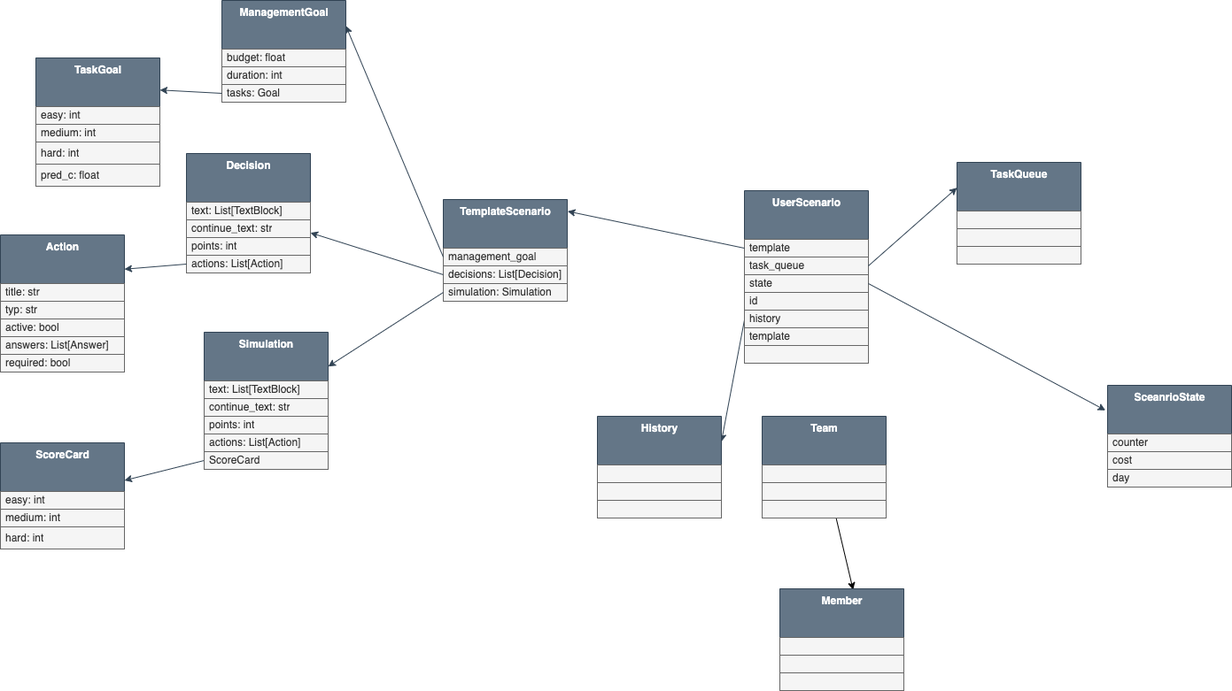
Earlier version of the draw.io export graphics/class_diagram.drawio.png (othshine/softDsim). Source tidied: cells renumbered, new cells last; positions are measured from the earlier drawing's top-left corner, leaving out a move shared by most shapes.
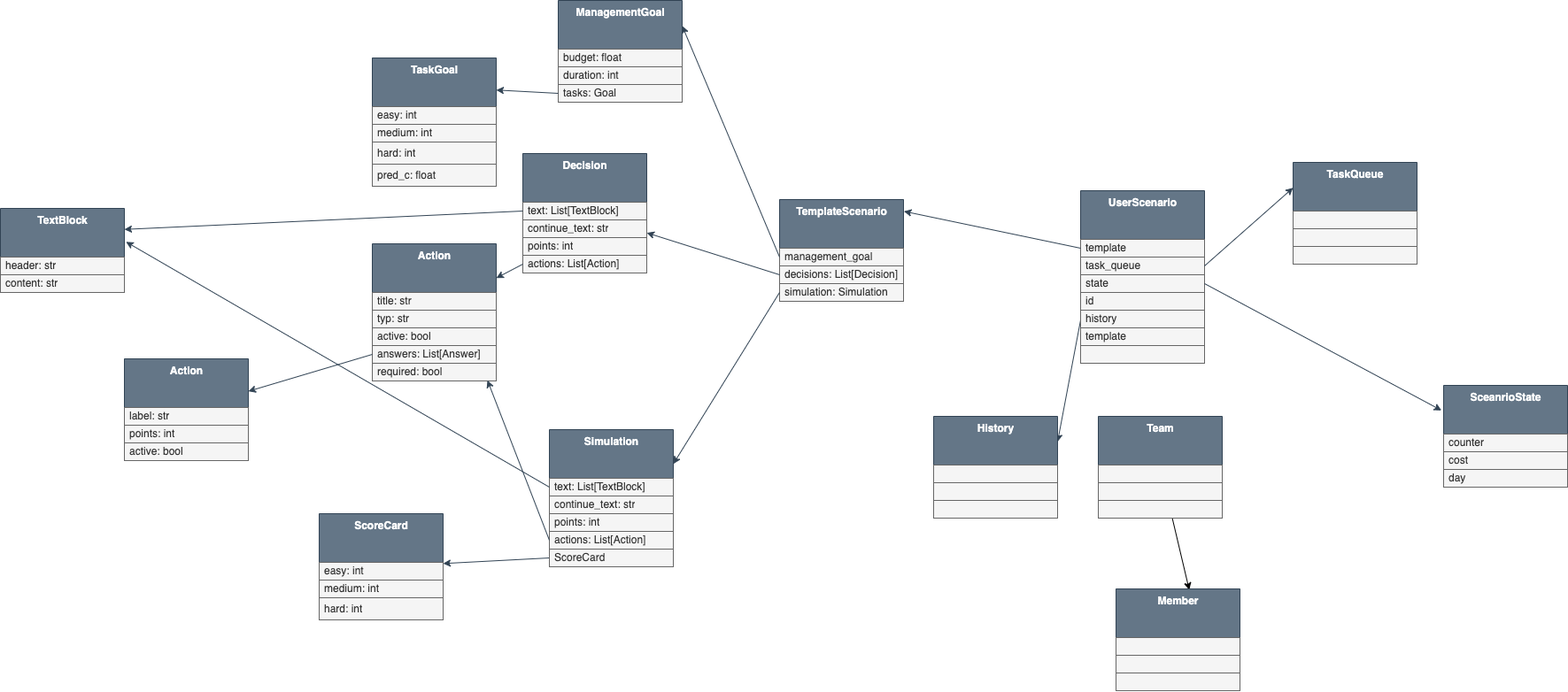
After the change.

Commit message:
Added TextBlock and Answer

Diff of the diagram source:
```diff
@@ -78,7 +78,7 @@
       <mxGeometry relative="1" as="geometry" />
     </mxCell>
     <mxCell id="27" value="&lt;b&gt;ScoreCard&lt;/b&gt;" style="swimlane;fontStyle=0;align=center;verticalAlign=top;horizontal=1;startSize=55;html=1;fillColor=#647687;strokeColor=#314354;fontColor=#ffffff;" parent="1" vertex="1">
-      <mxGeometry y="500" width="140" height="120" as="geometry" />
+      <mxGeometry x="-20" y="580" width="140" height="120" as="geometry" />
     </mxCell>
     <mxCell id="28" value="easy: int" style="text;html=1;strokeColor=#666666;fillColor=#f5f5f5;align=left;verticalAlign=middle;spacingLeft=4;spacingRight=4;overflow=hidden;fontColor=#333333;" parent="27" vertex="1">
       <mxGeometry y="55" width="140" height="20" as="geometry" />
@@ -180,7 +180,7 @@
       <mxGeometry relative="1" as="geometry" />
     </mxCell>
     <mxCell id="61" value="&lt;b&gt;Action&lt;/b&gt;" style="swimlane;fontStyle=0;align=center;verticalAlign=top;horizontal=1;startSize=55;html=1;fillColor=#647687;strokeColor=#314354;fontColor=#ffffff;" parent="1" vertex="1">
-      <mxGeometry y="265" width="140" height="155" as="geometry" />
+      <mxGeometry x="40" y="275" width="140" height="155" as="geometry" />
     </mxCell>
     <mxCell id="62" value="title: str" style="text;html=1;strokeColor=#666666;fillColor=#f5f5f5;align=left;verticalAlign=middle;spacingLeft=4;spacingRight=4;overflow=hidden;fontColor=#333333;" parent="61" vertex="1">
       <mxGeometry y="55" width="140" height="20" as="geometry" />
@@ -201,7 +201,7 @@
       <mxGeometry relative="1" as="geometry" />
     </mxCell>
     <mxCell id="68" value="&lt;b&gt;Simulation&lt;/b&gt;" style="swimlane;fontStyle=0;align=center;verticalAlign=top;horizontal=1;startSize=55;html=1;fillColor=#647687;strokeColor=#314354;fontColor=#ffffff;" parent="1" vertex="1">
-      <mxGeometry x="230" y="375" width="140" height="155" as="geometry" />
+      <mxGeometry x="240" y="485" width="140" height="155" as="geometry" />
     </mxCell>
     <mxCell id="69" value="text: List[TextBlock]" style="text;html=1;strokeColor=#666666;fillColor=#f5f5f5;align=left;verticalAlign=middle;spacingLeft=4;spacingRight=4;overflow=hidden;points=[[0,0.5],[1,0.5]];portConstraint=eastwest;fontColor=#333333;" parent="68" vertex="1">
       <mxGeometry y="55" width="140" height="20" as="geometry" />
@@ -221,5 +221,38 @@
     <mxCell id="74" style="edgeStyle=none;html=1;entryX=1;entryY=0.25;entryDx=0;entryDy=0;exitX=0;exitY=0.5;exitDx=0;exitDy=0;fillColor=#647687;strokeColor=#314354;" parent="1" edge="1" source="5" target="68">
       <mxGeometry relative="1" as="geometry" />
     </mxCell>
+    <mxCell id="75" value="&lt;b&gt;TextBlock&lt;/b&gt;" style="swimlane;fontStyle=0;align=center;verticalAlign=top;horizontal=1;startSize=55;html=1;fillColor=#647687;strokeColor=#314354;fontColor=#ffffff;" parent="1" vertex="1">
+      <mxGeometry x="-380" y="235" width="140" height="95" as="geometry" />
+    </mxCell>
+    <mxCell id="76" value="header: str" style="text;html=1;strokeColor=#666666;fillColor=#f5f5f5;align=left;verticalAlign=middle;spacingLeft=4;spacingRight=4;overflow=hidden;fontColor=#333333;" parent="75" vertex="1">
+      <mxGeometry y="55" width="140" height="20" as="geometry" />
+    </mxCell>
+    <mxCell id="77" value="content: str" style="text;html=1;strokeColor=#666666;fillColor=#f5f5f5;align=left;verticalAlign=middle;spacingLeft=4;spacingRight=4;overflow=hidden;fontColor=#333333;" parent="75" vertex="1">
+      <mxGeometry y="75" width="140" height="20" as="geometry" />
+    </mxCell>
+    <mxCell id="78" style="edgeStyle=none;html=1;exitX=0;exitY=0.5;exitDx=0;exitDy=0;entryX=1;entryY=0.25;entryDx=0;entryDy=0;fillColor=#647687;strokeColor=#314354;" parent="1" edge="1" source="56" target="75">
+      <mxGeometry relative="1" as="geometry" />
+    </mxCell>
+    <mxCell id="79" style="edgeStyle=none;html=1;exitX=0;exitY=0.5;exitDx=0;exitDy=0;fillColor=#647687;strokeColor=#314354;entryX=1.013;entryY=0.398;entryDx=0;entryDy=0;entryPerimeter=0;" parent="1" edge="1" source="69" target="75">
+      <mxGeometry relative="1" as="geometry" />
+    </mxCell>
+    <mxCell id="80" style="edgeStyle=none;html=1;exitX=0;exitY=0.5;exitDx=0;exitDy=0;entryX=0.929;entryY=0.963;entryDx=0;entryDy=0;entryPerimeter=0;fillColor=#647687;strokeColor=#314354;" parent="1" edge="1" source="72" target="66">
+      <mxGeometry relative="1" as="geometry" />
+    </mxCell>
+    <mxCell id="81" value="&lt;b&gt;Action&lt;/b&gt;" style="swimlane;fontStyle=0;align=center;verticalAlign=top;horizontal=1;startSize=55;html=1;fillColor=#647687;strokeColor=#314354;fontColor=#ffffff;" parent="1" vertex="1">
+      <mxGeometry x="-240" y="405" width="140" height="115" as="geometry" />
+    </mxCell>
+    <mxCell id="82" value="label: str" style="text;html=1;strokeColor=#666666;fillColor=#f5f5f5;align=left;verticalAlign=middle;spacingLeft=4;spacingRight=4;overflow=hidden;fontColor=#333333;" parent="81" vertex="1">
+      <mxGeometry y="55" width="140" height="20" as="geometry" />
+    </mxCell>
+    <mxCell id="83" value="points: int" style="text;html=1;strokeColor=#666666;fillColor=#f5f5f5;align=left;verticalAlign=middle;spacingLeft=4;spacingRight=4;overflow=hidden;fontColor=#333333;" parent="81" vertex="1">
+      <mxGeometry y="75" width="140" height="20" as="geometry" />
+    </mxCell>
+    <mxCell id="84" value="active: bool" style="text;html=1;strokeColor=#666666;fillColor=#f5f5f5;align=left;verticalAlign=middle;spacingLeft=4;spacingRight=4;overflow=hidden;fontColor=#333333;" parent="81" vertex="1">
+      <mxGeometry y="95" width="140" height="20" as="geometry" />
+    </mxCell>
+    <mxCell id="85" style="edgeStyle=none;html=1;exitX=0;exitY=0.5;exitDx=0;exitDy=0;fillColor=#647687;strokeColor=#314354;" parent="1" edge="1" source="65" target="81">
+      <mxGeometry relative="1" as="geometry" />
+    </mxCell>
   </root>
 </mxGraphModel>
```
